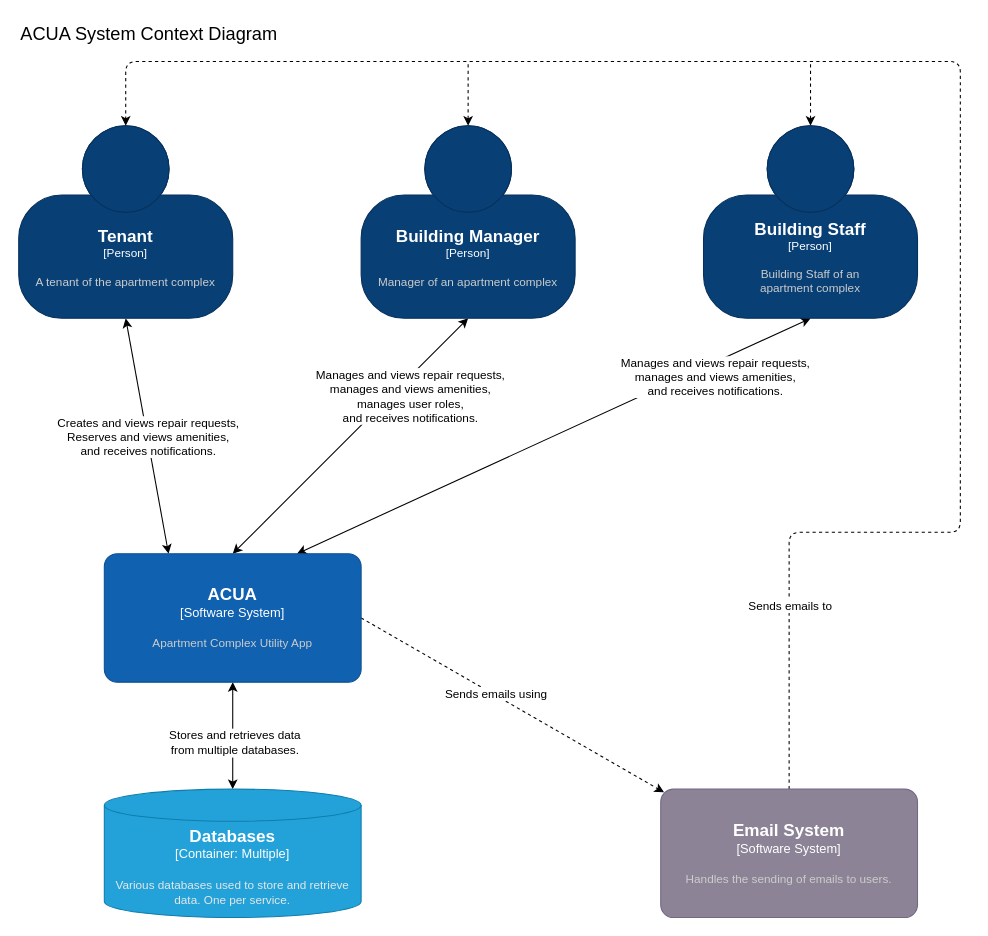
MPFGlaser/ApartmentComplexUtilityApp keeps this draw.io diagram as docs/media/c1-context.drawio. Above is the earlier version. Source tidied: cells renumbered, new cells numbered last; positions are measured from the earlier drawing's top-left corner, leaving out a move shared by most shapes. Both pictures are drawn from the tidied source at 107%, with x=0, y=0 at pixel (18, 18).
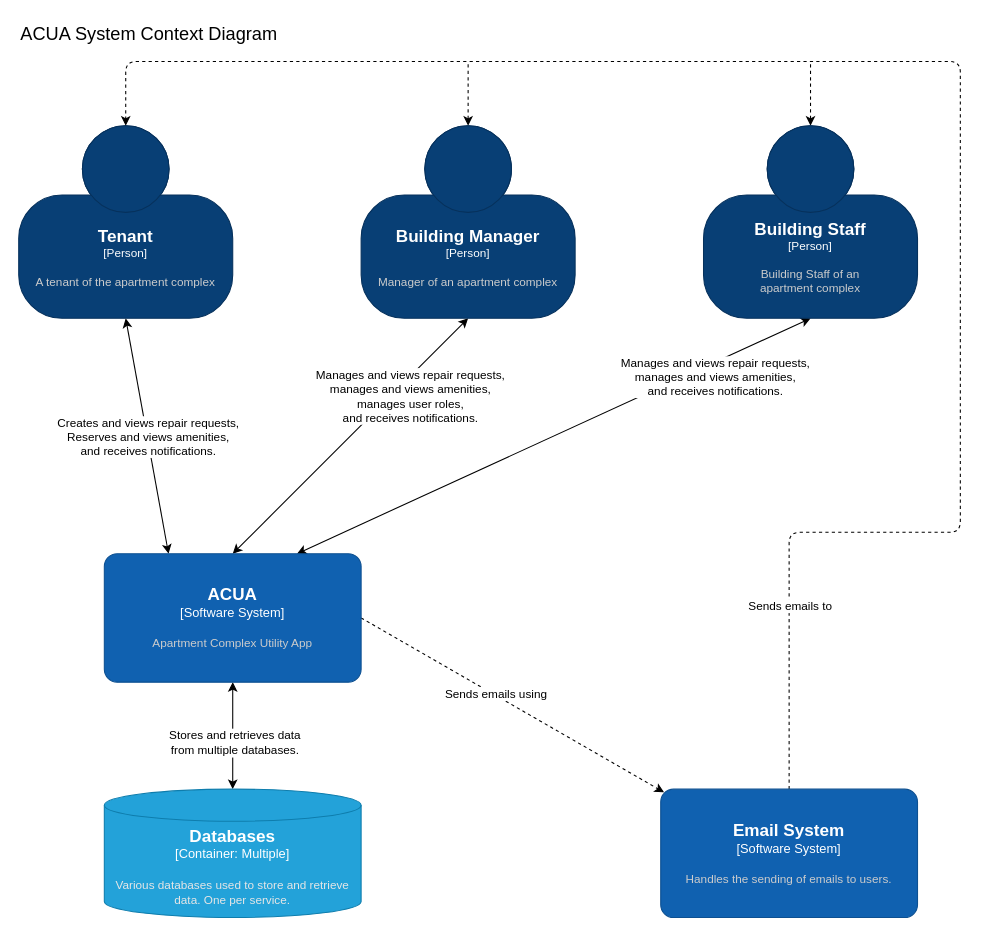
Above is the later version.

Commit message (it also covers changes not shown here):
docs(c4): update email system

Refs: #31

What changed in the source:
```diff
@@
     <object id="21" label="&lt;font style=&quot;font-size: 16px&quot;&gt;&lt;b&gt;%c4Name%&lt;/b&gt;&lt;/font&gt;&lt;div&gt;[%c4Type%]&lt;/div&gt;&lt;br&gt;&lt;div&gt;&lt;font style=&quot;font-size: 11px&quot;&gt;&lt;font color=&quot;#cccccc&quot;&gt;%c4Description%&lt;/font&gt;&lt;/div&gt;" c4Description="Handles the sending of emails to users." c4Name="Email System" c4Type="Software System" placeholders="1">
-      <mxCell style="rounded=1;whiteSpace=wrap;html=1;labelBackgroundColor=none;fillColor=#8C8496;fontColor=#ffffff;align=center;arcSize=10;strokeColor=#736782;points=[[0.25,0,0],[0.5,0,0],[0.75,0,0],[1,0.25,0],[1,0.5,0],[1,0.75,0],[0.75,1,0],[0.5,1,0],[0.25,1,0],[0,0.75,0],[0,0.5,0],[0,0.25,0]];" parent="1" vertex="1">
+      <mxCell style="rounded=1;whiteSpace=wrap;html=1;labelBackgroundColor=none;fillColor=#1061B0;fontColor=#ffffff;align=center;arcSize=10;strokeColor=#0D5091;points=[[0.25,0,0],[0.5,0,0],[0.75,0,0],[1,0.25,0],[1,0.5,0],[1,0.75,0],[0.75,1,0],[0.5,1,0],[0.25,1,0],[0,0.75,0],[0,0.5,0],[0,0.25,0]];" parent="1" vertex="1">
         <mxGeometry x="600" y="720" width="240" height="120" as="geometry" />
       </mxCell>
     </object>
```
